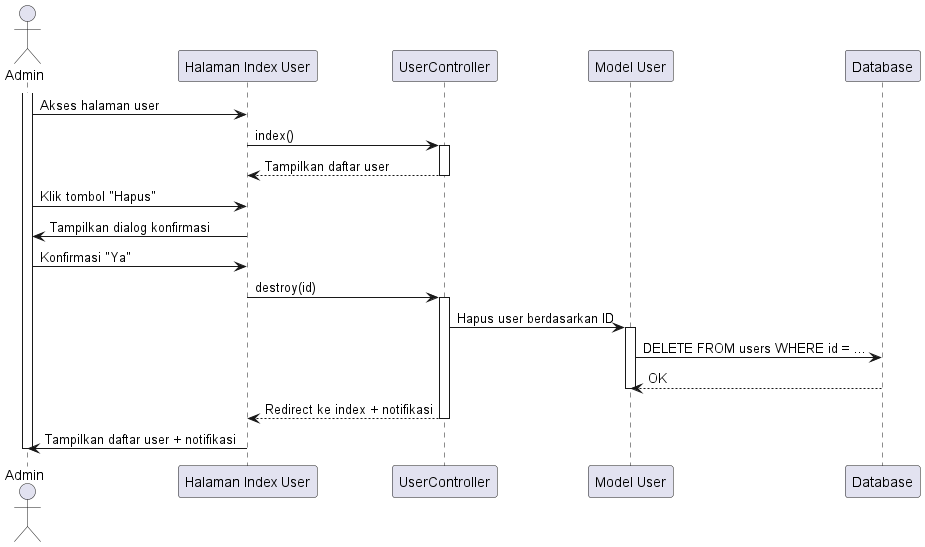
tengahcang/UML_TA keeps this PlantUML diagram as out/sequence diagram/user/menghapus_user/menghapus_user.png. Above is the earlier version.
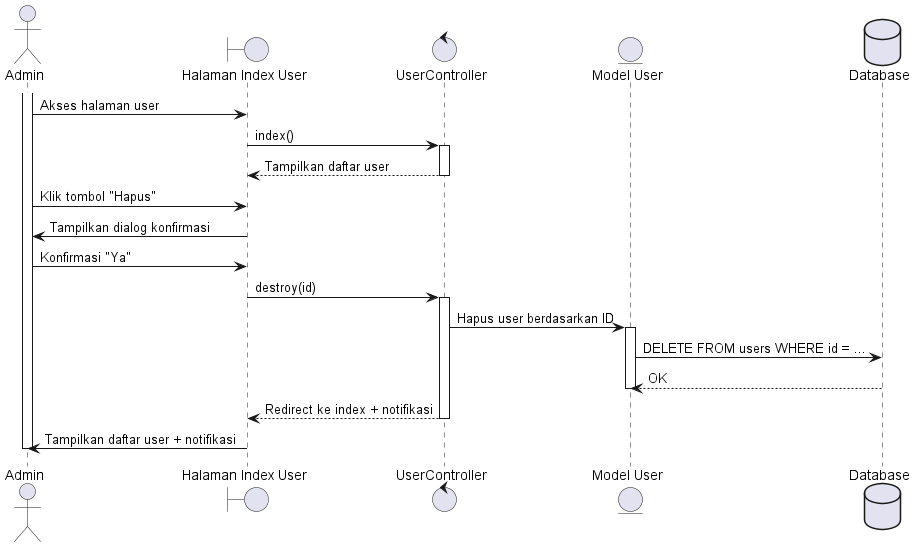
After the change.

Diff of the diagram source:
```diff
@@ -1,10 +1,10 @@
 @startuml
 actor Admin
 
-participant "Halaman Index User" as UserIndex
-participant "UserController" as Controller
-participant "Model User" as UserModel
-participant "Database" as DB
+boundary "Halaman Index User" as UserIndex
+control "UserController" as Controller
+entity "Model User" as UserModel
+database "Database" as DB
 
 activate Admin
 Admin -> UserIndex: Akses halaman user
```
